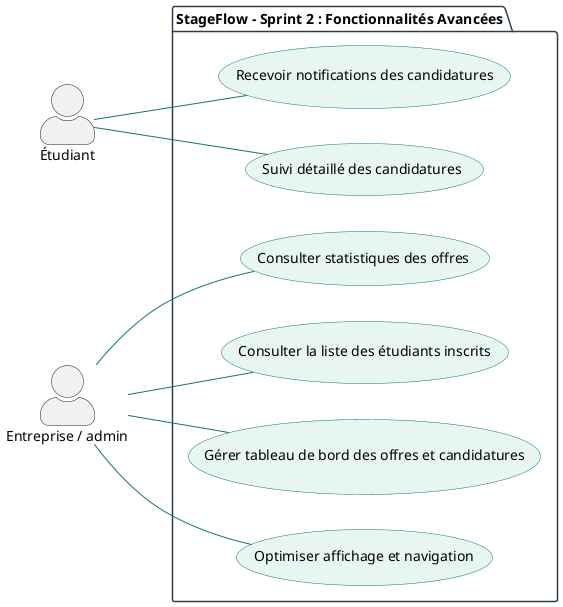
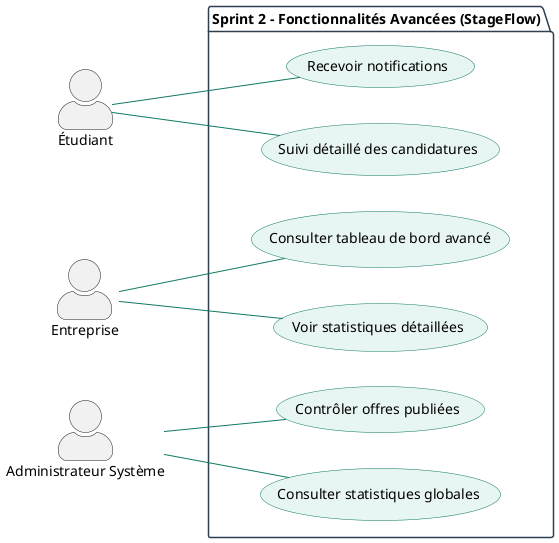
- @startuml StageFlow_Cas_Utilisation_Sprint2
+ @startuml StageFlow_Sprint2
skinparam actorStyle awesome
left to right direction

skinparam package {
    BackgroundColor White
    BorderColor #2C3E50
}

skinparam usecase {
    BackgroundColor #E8F6F3
    BorderColor #117864
    ArrowColor #117864
}

actor "Étudiant" as E
- actor "Entreprise / admin" as Ent
+ actor "Entreprise" as Ent
+ actor "Administrateur Système" as Admin

- package "StageFlow - Sprint 2 : Fonctionnalités Avancées" {
+ package "Sprint 2 – Fonctionnalités Avancées (StageFlow)" {

    ' ========================
-     ' Espace Étudiant
+     ' Améliorations Étudiant
    ' ========================

-     usecase "Recevoir notifications des candidatures" as UC13
-     usecase "Suivi détaillé des candidatures" as UC14
+     usecase "Recevoir notifications" as UC1
+     usecase "Suivi détaillé des candidatures" as UC2

-     E -- UC13
-     E -- UC14
+     E -- UC1
+     E -- UC2

    ' ========================
-     ' Espace Entreprise
+     ' Améliorations Entreprise
    ' ========================

-     usecase "Consulter statistiques des offres" as UC15
-     usecase "Consulter la liste des étudiants inscrits" as UC16
-     usecase "Gérer tableau de bord des offres et candidatures" as UC17
-     usecase "Optimiser affichage et navigation" as UC18
+     usecase "Consulter tableau de bord avancé" as UC3
+     usecase "Voir statistiques détaillées" as UC4

-     Ent -- UC15
-     Ent -- UC16
-     Ent -- UC17
-     Ent -- UC18
+     Ent -- UC3
+     Ent -- UC4
+ 
+     ' ========================
+     ' Améliorations Administrateur
+     ' ========================
+ 
+     usecase "Contrôler offres publiées" as UC5
+     usecase "Consulter statistiques globales" as UC6
+ 
+     Admin -- UC5
+     Admin -- UC6
}

@enduml